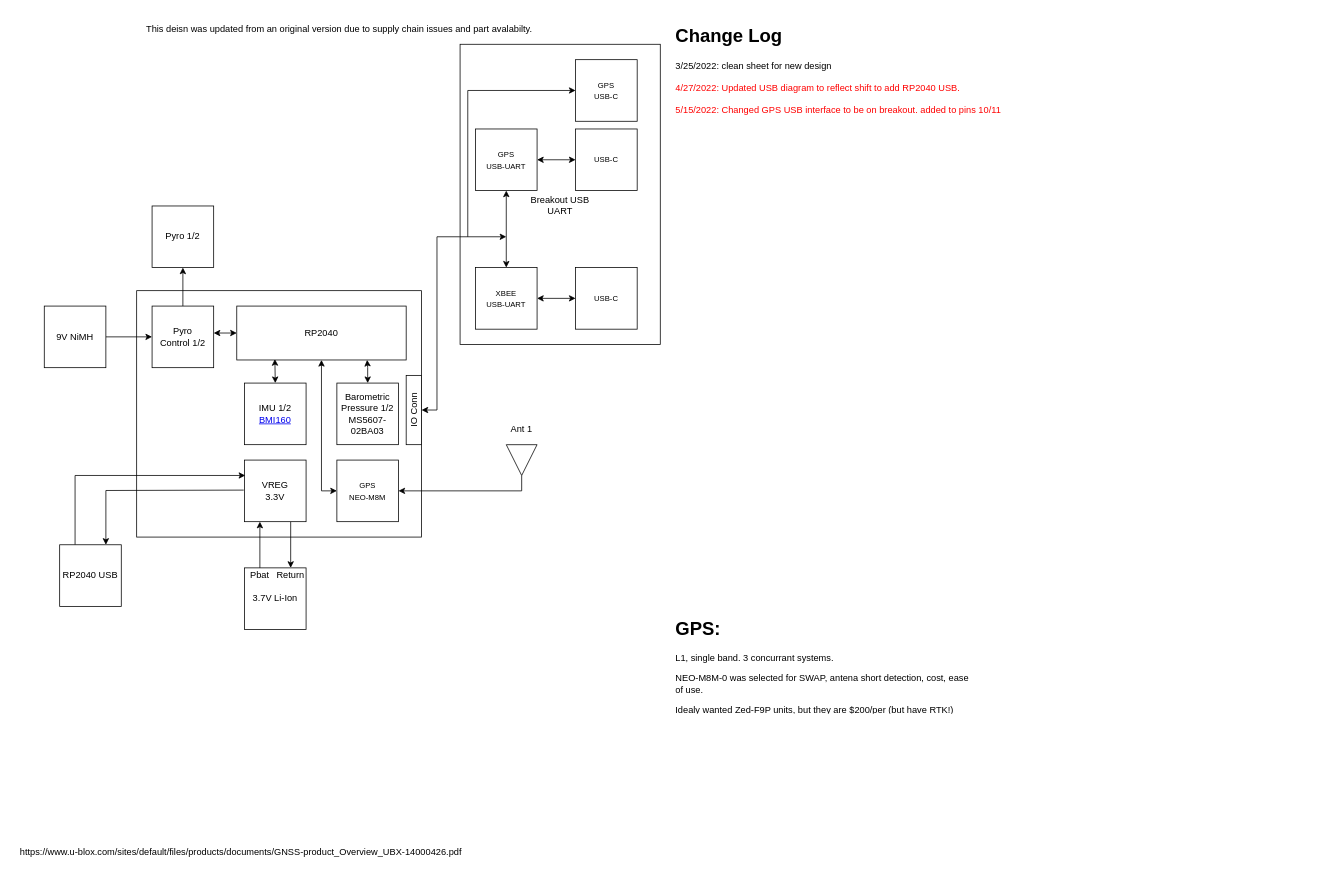
liamherlihy/pleaseGoUp keeps this draw.io diagram as page "System View" (1 of 11) of PleaseGoUp_RP2040.drawio. Above is the earlier version. Source tidied: cells renumbered, new cells numbered last; positions are measured from the earlier drawing's top-left corner, leaving out a move shared by most shapes. Both pictures are drawn from the tidied source at 77%, with x=0, y=0 at pixel (13, 21).
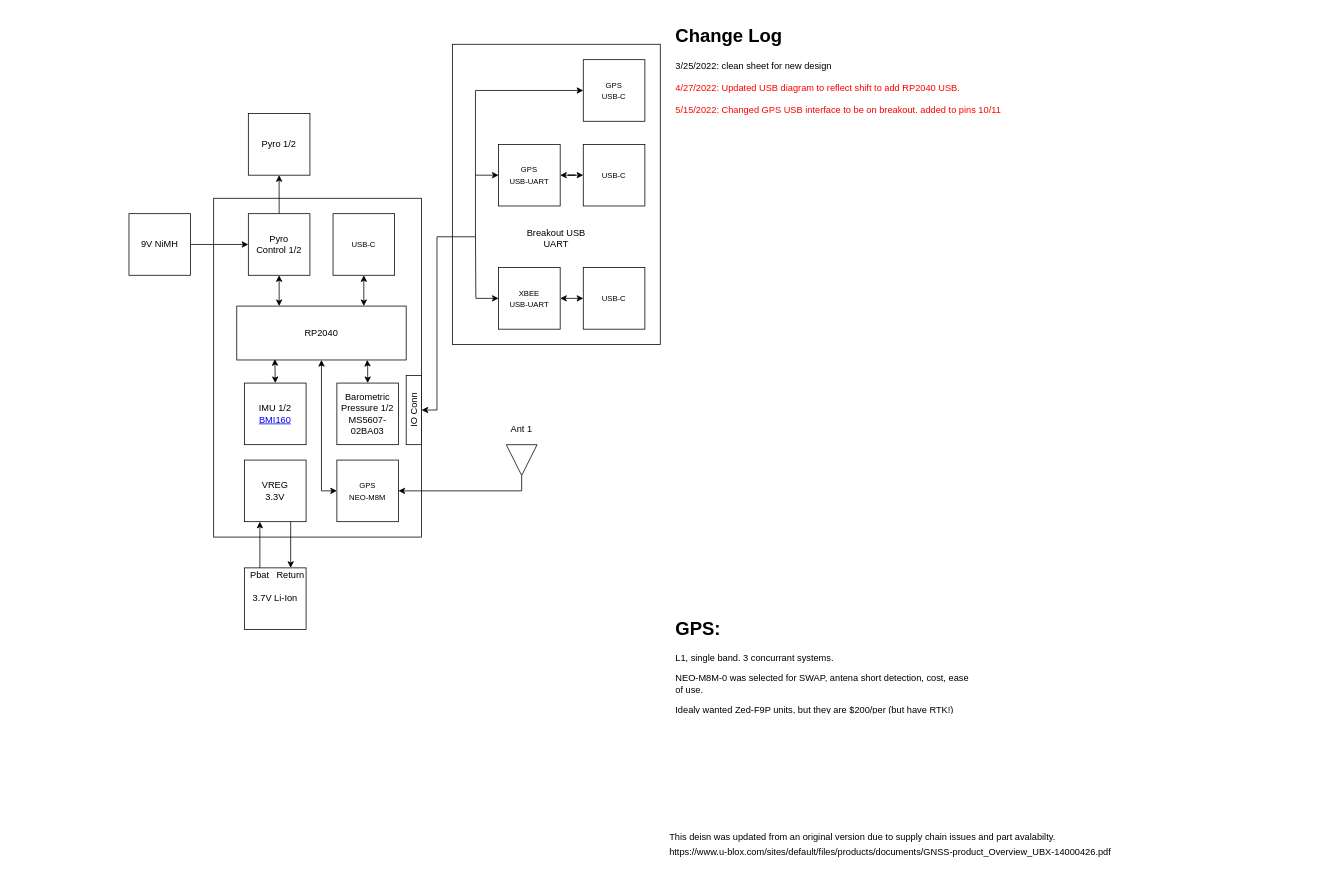
The same diagram, later.

The change refers to these unchanged cells:
```xml
<mxCell id="21" value="IO Conn" style="rounded=0;whiteSpace=wrap;html=1;rotation=-90;" parent="1" vertex="1">
  <mxGeometry x="475" y="495" width="90" height="20" as="geometry" />
</mxCell>
<mxCell id="29" value="RP2040" style="rounded=0;whiteSpace=wrap;html=1;" parent="1" vertex="1">
  <mxGeometry x="290" y="370" width="220" height="70" as="geometry" />
</mxCell>
```

What changed in the source:
```diff
@@
-    <mxCell id="2" value="&lt;span&gt;&lt;br&gt;&lt;br&gt;Breakout USB&lt;/span&gt;&lt;br&gt;&lt;span&gt;UART&lt;/span&gt;" style="rounded=0;whiteSpace=wrap;html=1;" parent="1" vertex="1">
-      <mxGeometry x="580" y="30" width="260" height="390" as="geometry" />
+    <mxCell id="2" value="&lt;span&gt;&lt;br&gt;&lt;br&gt;&lt;br&gt;&lt;br&gt;&lt;br&gt;&lt;br&gt;&lt;br&gt;&lt;br&gt;Breakout USB&lt;/span&gt;&lt;br&gt;&lt;span&gt;UART&lt;/span&gt;" style="rounded=0;whiteSpace=wrap;html=1;" parent="1" vertex="1">
+      <mxGeometry x="570" y="30" width="270" height="390" as="geometry" />
     </mxCell>
     <mxCell id="3" style="rounded=0;whiteSpace=wrap;html=1;" parent="1" vertex="1">
-      <mxGeometry x="160" y="350" width="370" height="320" as="geometry" />
+      <mxGeometry x="260" y="230" width="270" height="440" as="geometry" />
     </mxCell>
@@
-    <mxCell id="8" style="edgeStyle=orthogonalEdgeStyle;rounded=0;jettySize=auto;html=1;startArrow=none;startFill=0;endArrow=classic;endFill=1;entryX=0.75;entryY=0;entryDx=0;entryDy=0;" parent="1" edge="1" target="23">
-      <mxGeometry relative="1" as="geometry">
-        <mxPoint x="299" y="609" as="sourcePoint" />
-      </mxGeometry>
-    </mxCell>
@@
-    <mxCell id="15" style="edgeStyle=orthogonalEdgeStyle;rounded=0;jettySize=auto;html=1;exitX=0.25;exitY=0;exitDx=0;exitDy=0;startArrow=none;startFill=0;endArrow=classic;endFill=1;" parent="1" edge="1" source="23">
-      <mxGeometry relative="1" as="geometry">
-        <mxPoint x="301" y="590" as="targetPoint" />
-        <Array as="points">
-          <mxPoint x="80" y="590" />
-          <mxPoint x="300" y="590" />
-        </Array>
-      </mxGeometry>
-    </mxCell>
@@
-    <mxCell id="20" style="edgeStyle=orthogonalEdgeStyle;rounded=0;jettySize=auto;html=1;exitX=0.5;exitY=1;exitDx=0;exitDy=0;fontSize=12;startArrow=classic;startFill=1;endArrow=classic;endFill=1;" parent="1" edge="1" source="21">
+    <mxCell id="20" style="edgeStyle=orthogonalEdgeStyle;rounded=0;jettySize=auto;html=1;exitX=0.5;exitY=1;exitDx=0;exitDy=0;fontSize=12;startArrow=classic;startFill=1;endArrow=classic;endFill=1;entryX=0;entryY=0.5;entryDx=0;entryDy=0;" parent="1" edge="1" source="21" target="43">
       <mxGeometry relative="1" as="geometry">
-        <mxPoint x="640" y="280" as="targetPoint" />
         <Array as="points">
           <mxPoint x="550" y="505" />
           <mxPoint x="550" y="280" />
-          <mxPoint x="579" y="280" />
+          <mxPoint x="600" y="280" />
+          <mxPoint x="600" y="90" />
         </Array>
       </mxGeometry>
     </mxCell>
@@
-    <mxCell id="23" value="RP2040 USB" style="whiteSpace=wrap;html=1;" parent="1" vertex="1">
-      <mxGeometry x="60" y="680" width="80" height="80" as="geometry" />
-    </mxCell>
-    <mxCell id="24" value="https://www.u-blox.com/sites/default/files/products/documents/GNSS-product_Overview_UBX-14000426.pdf" style="text;html=1;align=center;verticalAlign=middle;strokeColor=none;fillColor=none;" parent="1" vertex="1">
-      <mxGeometry y="1070" width="590" height="20" as="geometry" />
+    <mxCell id="24" value="https://www.u-blox.com/sites/default/files/products/documents/GNSS-product_Overview_UBX-14000426.pdf" style="text;html=1;align=left;verticalAlign=middle;strokeColor=none;fillColor=none;" parent="1" vertex="1">
+      <mxGeometry x="850" y="1070" width="590" height="20" as="geometry" />
     </mxCell>
@@
-    <mxCell id="26" value="This deisn was updated from an original version due to supply chain issues and part avalabilty.&amp;nbsp;" style="text;html=1;strokeColor=none;fillColor=none;align=center;verticalAlign=middle;whiteSpace=wrap;rounded=0;" parent="1" vertex="1">
-      <mxGeometry width="850" height="20" as="geometry" />
+    <mxCell id="26" value="This deisn was updated from an original version due to supply chain issues and part avalabilty.&amp;nbsp;" style="text;html=1;strokeColor=none;fillColor=none;align=left;verticalAlign=middle;whiteSpace=wrap;rounded=0;" parent="1" vertex="1">
+      <mxGeometry x="850" y="1050" width="850" height="20" as="geometry" />
     </mxCell>
@@
-    <mxCell id="28" style="edgeStyle=orthogonalEdgeStyle;rounded=0;jettySize=auto;html=1;exitX=0;exitY=0.5;exitDx=0;exitDy=0;fontSize=12;startArrow=classic;startFill=1;endArrow=classic;endFill=1;" parent="1" edge="1" source="29">
-      <mxGeometry relative="1" as="geometry">
-        <mxPoint x="260" y="405" as="targetPoint" />
-      </mxGeometry>
+    <mxCell id="28" style="edgeStyle=orthogonalEdgeStyle;rounded=0;jettySize=auto;html=1;exitX=0.25;exitY=0;exitDx=0;exitDy=0;fontSize=12;startArrow=classic;startFill=1;endArrow=classic;endFill=1;" parent="1" edge="1" source="29" target="38">
+      <mxGeometry relative="1" as="geometry" />
     </mxCell>
@@
+    <mxCell id="44" style="edgeStyle=orthogonalEdgeStyle;rounded=0;jettySize=auto;html=1;exitX=0;exitY=0.5;exitDx=0;exitDy=0;startArrow=classic;startFill=1;endArrow=none;endFill=0;" parent="1" edge="1" source="31">
+      <mxGeometry relative="1" as="geometry">
+        <mxPoint x="600" y="199.9" as="targetPoint" />
+      </mxGeometry>
+    </mxCell>
     <mxCell id="31" value="&lt;font style=&quot;font-size: 10px&quot;&gt;GPS&lt;br&gt;USB-UART&lt;br&gt;&lt;/font&gt;" style="whiteSpace=wrap;html=1;" parent="1" vertex="1">
-      <mxGeometry x="600" y="140" width="80" height="80" as="geometry" />
+      <mxGeometry x="630" y="160" width="80" height="80" as="geometry" />
     </mxCell>
     <mxCell id="32" value="&lt;font style=&quot;font-size: 10px&quot;&gt;USB-C&lt;br&gt;&lt;/font&gt;" style="whiteSpace=wrap;html=1;" parent="1" vertex="1">
-      <mxGeometry x="730" y="140" width="80" height="80" as="geometry" />
+      <mxGeometry x="740" y="160" width="80" height="80" as="geometry" />
     </mxCell>
     <mxCell id="33" value="&lt;font style=&quot;font-size: 10px&quot;&gt;USB-C&lt;br&gt;&lt;/font&gt;" style="whiteSpace=wrap;html=1;" parent="1" vertex="1">
-      <mxGeometry x="730" y="320" width="80" height="80" as="geometry" />
+      <mxGeometry x="740" y="320" width="80" height="80" as="geometry" />
     </mxCell>
@@
-    <mxCell id="35" style="edgeStyle=orthogonalEdgeStyle;rounded=0;jettySize=auto;html=1;exitX=0.5;exitY=0;exitDx=0;exitDy=0;fontSize=12;startArrow=classic;startFill=1;endArrow=classic;endFill=1;" parent="1" edge="1" source="36" target="31">
-      <mxGeometry relative="1" as="geometry" />
-    </mxCell>
+    <mxCell id="45" style="edgeStyle=orthogonalEdgeStyle;rounded=0;jettySize=auto;html=1;exitX=0;exitY=0.5;exitDx=0;exitDy=0;startArrow=classic;startFill=1;endArrow=none;endFill=0;" parent="1" edge="1" source="36">
+      <mxGeometry relative="1" as="geometry">
+        <mxPoint x="600" y="280" as="targetPoint" />
+      </mxGeometry>
+    </mxCell>
     <mxCell id="36" value="&lt;font style=&quot;font-size: 10px&quot;&gt;XBEE&lt;br&gt;USB-UART&lt;br&gt;&lt;/font&gt;" style="whiteSpace=wrap;html=1;" parent="1" vertex="1">
-      <mxGeometry x="600" y="320" width="80" height="80" as="geometry" />
+      <mxGeometry x="630" y="320" width="80" height="80" as="geometry" />
     </mxCell>
-    <mxCell id="37" style="edgeStyle=orthogonalEdgeStyle;rounded=0;jettySize=auto;html=1;entryX=0.5;entryY=1;entryDx=0;entryDy=0;fontSize=12;startArrow=none;startFill=0;endArrow=classic;endFill=1;" parent="1" edge="1" source="38" target="41">
-      <mxGeometry relative="1" as="geometry" />
+    <mxCell id="37" style="edgeStyle=orthogonalEdgeStyle;rounded=0;jettySize=auto;html=1;fontSize=12;startArrow=none;startFill=0;endArrow=classic;endFill=1;exitX=0.5;exitY=0;exitDx=0;exitDy=0;entryX=0.5;entryY=1;entryDx=0;entryDy=0;" parent="1" edge="1" source="38" target="41">
+      <mxGeometry relative="1" as="geometry">
+        <Array as="points">
+          <mxPoint x="345" y="220" />
+          <mxPoint x="345" y="220" />
+        </Array>
+      </mxGeometry>
     </mxCell>
     <mxCell id="38" value="Pyro&lt;br&gt;Control 1/2" style="whiteSpace=wrap;html=1;" parent="1" vertex="1">
-      <mxGeometry x="180" y="370" width="80" height="80" as="geometry" />
+      <mxGeometry x="305" y="250" width="80" height="80" as="geometry" />
     </mxCell>
@@
     <mxCell id="40" value="9V NiMH" style="whiteSpace=wrap;html=1;" parent="1" vertex="1">
-      <mxGeometry x="40" y="370" width="80" height="80" as="geometry" />
+      <mxGeometry x="150" y="250" width="80" height="80" as="geometry" />
     </mxCell>
     <mxCell id="41" value="Pyro&amp;nbsp;1/2" style="whiteSpace=wrap;html=1;" parent="1" vertex="1">
-      <mxGeometry x="180" y="240" width="80" height="80" as="geometry" />
+      <mxGeometry x="305" y="120" width="80" height="80" as="geometry" />
     </mxCell>
-    <mxCell id="42" style="edgeStyle=orthogonalEdgeStyle;rounded=0;jettySize=auto;html=1;exitX=0;exitY=0.5;exitDx=0;exitDy=0;endArrow=none;endFill=0;startArrow=classic;startFill=1;" parent="1" edge="1" source="43">
-      <mxGeometry relative="1" as="geometry">
-        <mxPoint x="590" y="280" as="targetPoint" />
-        <Array as="points">
-          <mxPoint x="590" y="90" />
-        </Array>
-      </mxGeometry>
-    </mxCell>
     <mxCell id="43" value="&lt;font style=&quot;font-size: 10px&quot;&gt;GPS&lt;br&gt;USB-C&lt;br&gt;&lt;/font&gt;" style="whiteSpace=wrap;html=1;" parent="1" vertex="1">
-      <mxGeometry x="730" y="50" width="80" height="80" as="geometry" />
+      <mxGeometry x="740" y="50" width="80" height="80" as="geometry" />
     </mxCell>
+    <mxCell id="46" style="edgeStyle=orthogonalEdgeStyle;rounded=0;jettySize=auto;html=1;entryX=0.75;entryY=0;entryDx=0;entryDy=0;startArrow=classic;startFill=1;exitX=0.5;exitY=1;exitDx=0;exitDy=0;" parent="1" edge="1" source="47" target="29">
+      <mxGeometry relative="1" as="geometry">
+        <Array as="points">
+          <mxPoint x="455" y="350" />
+          <mxPoint x="455" y="350" />
+        </Array>
+      </mxGeometry>
+    </mxCell>
+    <mxCell id="47" value="&lt;font style=&quot;font-size: 10px&quot;&gt;USB-C&lt;br&gt;&lt;/font&gt;" style="whiteSpace=wrap;html=1;" parent="1" vertex="1">
+      <mxGeometry x="415" y="250" width="80" height="80" as="geometry" />
+    </mxCell>
```
